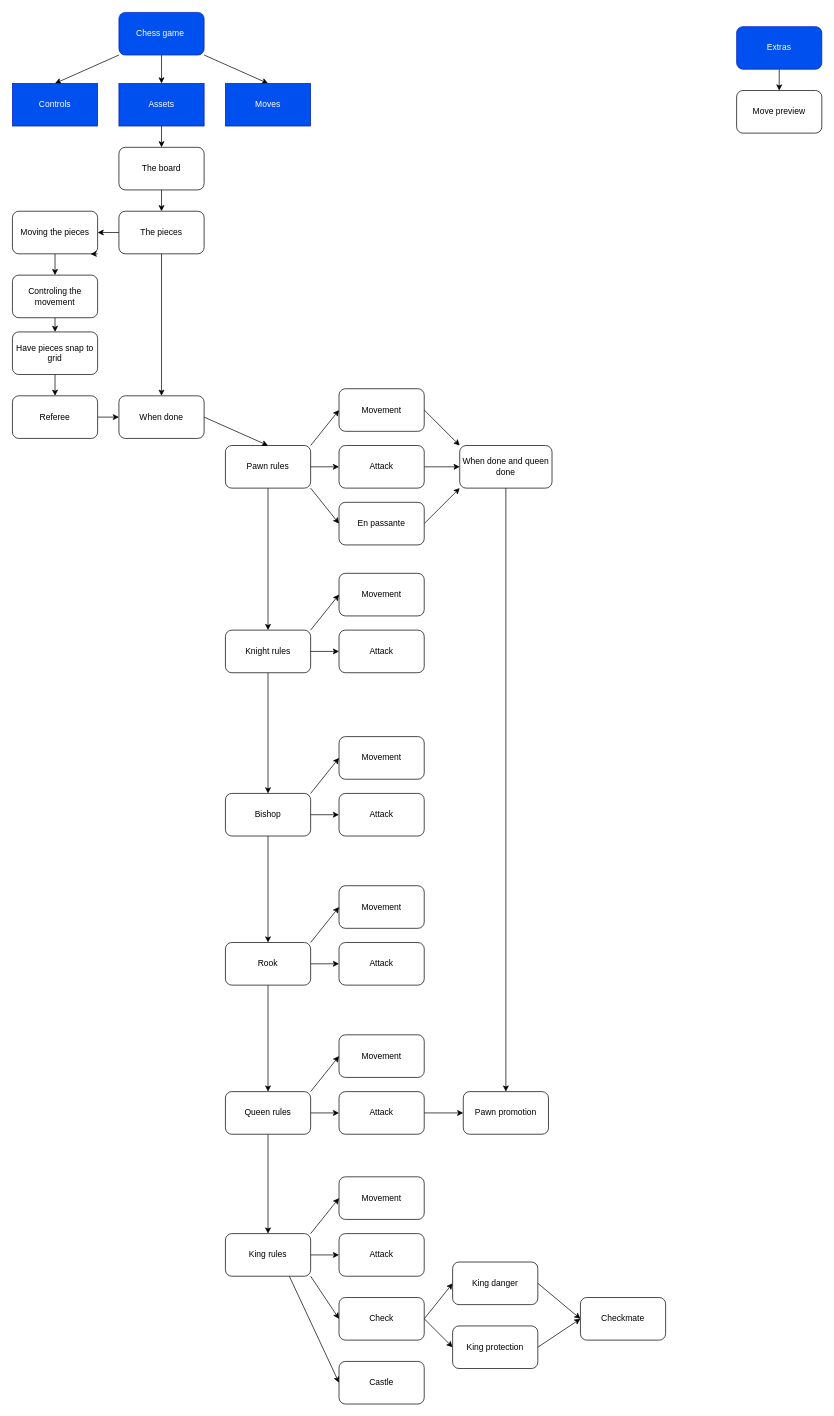
Earlier version of the draw.io diagram plan.drawio (StolenMango/Chess-game). Source tidied: cells renumbered, new cells numbered last; positions are measured from the earlier drawing's top-left corner, leaving out a move shared by most shapes. Both pictures are drawn from the tidied source at 71%, with x=0, y=0 at pixel (12, 12).
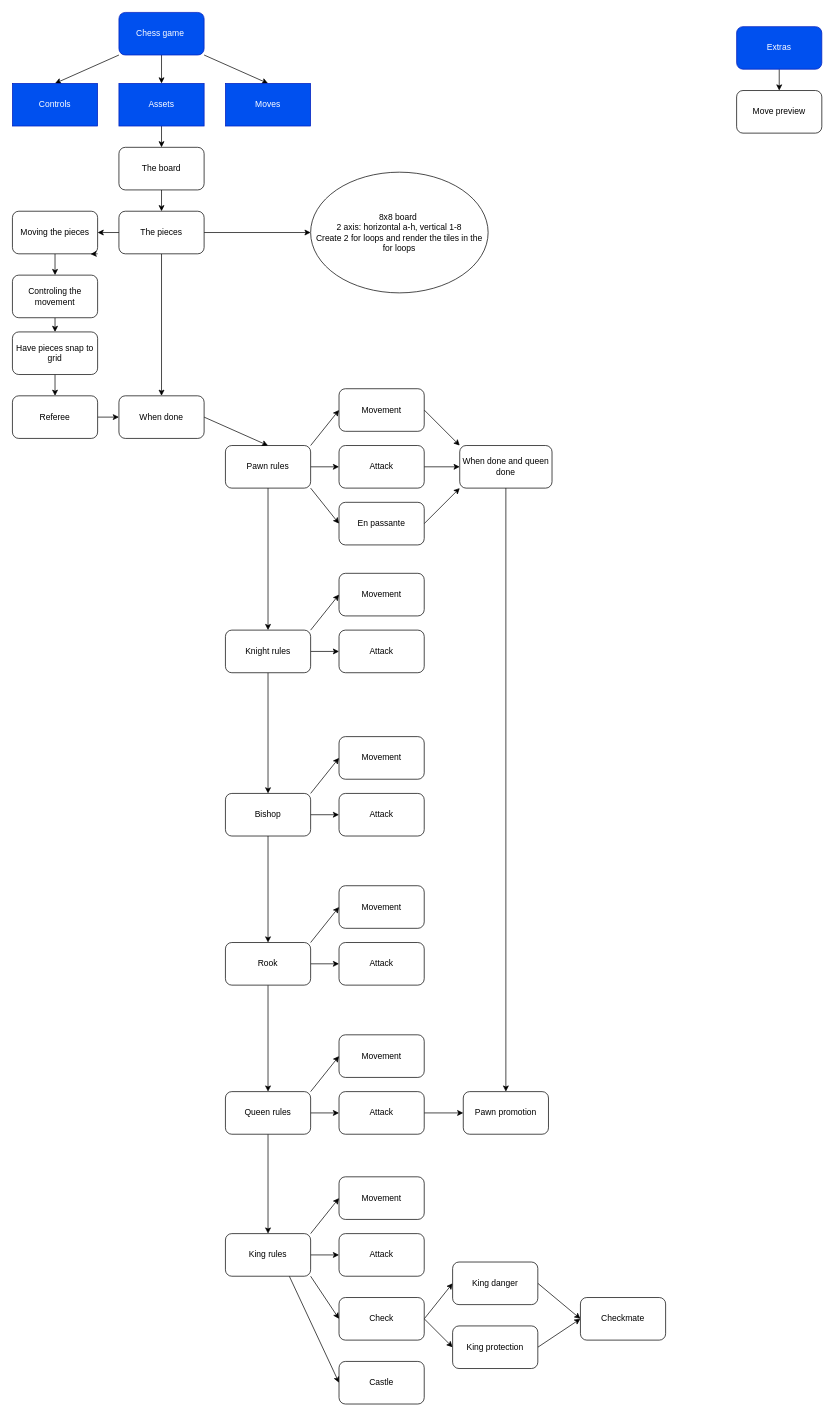
The same diagram, later.

Commit message (it also covers changes not shown here):
Board without tiles done

The change refers to these unchanged cells:
```xml
<mxCell id="10" value="The pieces" style="rounded=1;whiteSpace=wrap;html=1;" parent="1" vertex="1">
  <mxGeometry x="150" y="280" width="120" height="60" as="geometry" />
</mxCell>
```

What changed in the source:
```diff
@@
+    <mxCell id="84" style="edgeStyle=none;html=1;exitX=1;exitY=0.5;exitDx=0;exitDy=0;entryX=0;entryY=0.5;entryDx=0;entryDy=0;" parent="1" edge="1" source="10" target="85">
+      <mxGeometry relative="1" as="geometry" />
+    </mxCell>
@@
+    <mxCell id="85" value="8x8 board&amp;nbsp;&lt;br&gt;2 axis: horizontal a-h, vertical 1-8&lt;br&gt;Create 2 for loops and render the tiles in the for loops" style="ellipse;whiteSpace=wrap;html=1;" parent="1" vertex="1">
+      <mxGeometry x="420" y="225" width="250" height="170" as="geometry" />
+    </mxCell>
```
